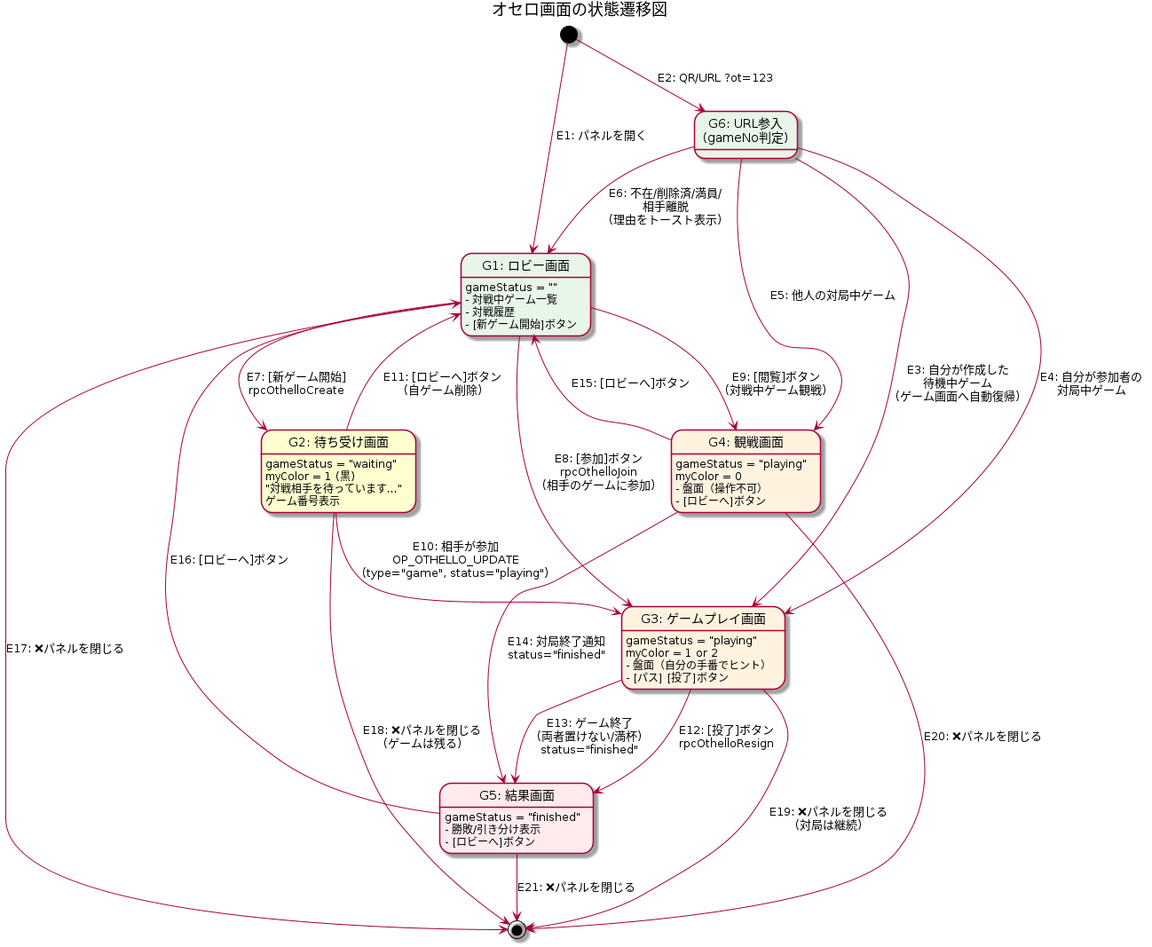
Before: doc/othello/57-state-othello.png, a diagram exported from PlantUML (tommie-jp/tommie-chat). Its source is kept beside it as doc/othello/57-state-othello.puml.
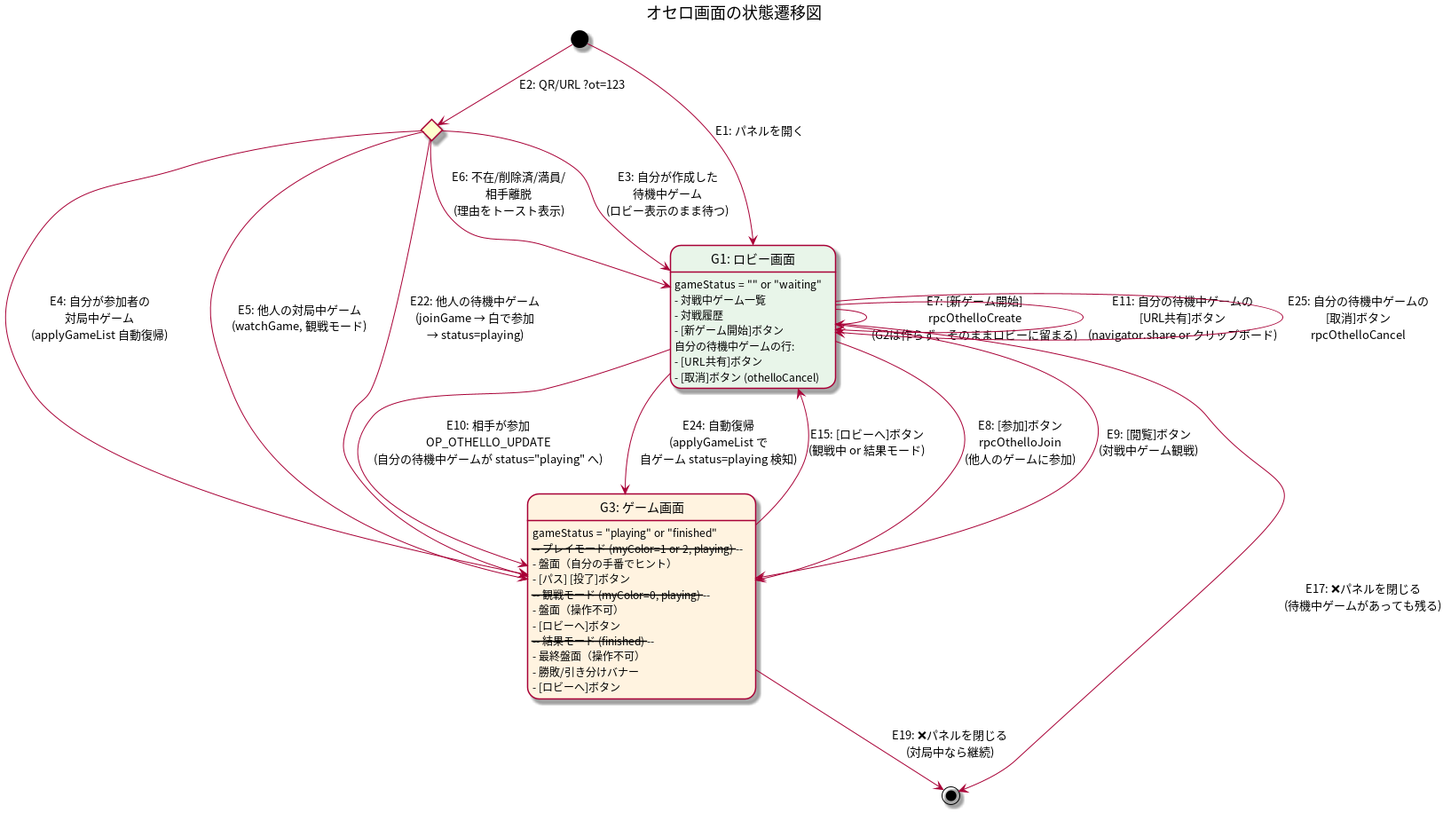
Above is the later version.

Diff of the diagram source:
```diff
@@ -4,78 +4,56 @@
 skinparam state {
     BackgroundColor<<entry>> #E8F5E9
     BackgroundColor<<play>> #FFF3E0
-    BackgroundColor<<end>> #FFEBEE
 }
 
 
 state "G1: ロビー画面" as Lobby <<entry>> {
-    Lobby : gameStatus = ""
+    Lobby : gameStatus = "" or "waiting"
     Lobby : - 対戦中ゲーム一覧
     Lobby : - 対戦履歴
     Lobby : - [新ゲーム開始]ボタン
+    Lobby : 自分の待機中ゲームの行:
+    Lobby :   - [URL共有]ボタン
+    Lobby :   - [取消]ボタン (othelloCancel)
 }
 
-state "G2: 待ち受け画面" as Waiting {
-    Waiting : gameStatus = "waiting"
-    Waiting : myColor = 1 (黒)
-    Waiting : "対戦相手を待っています…"
-    Waiting : ゲーム番号表示
+state "G3: ゲーム画面" as Game <<play>> {
+    Game : gameStatus = "playing" or "finished"
+    Game : ---- プレイモード (myColor=1 or 2, playing) ----
+    Game :   - 盤面（自分の手番でヒント）
+    Game :   - [パス] [投了]ボタン
+    Game : ---- 観戦モード (myColor=0, playing) ----
+    Game :   - 盤面（操作不可）
+    Game :   - [ロビーへ]ボタン
+    Game : ---- 結果モード (finished) ----
+    Game :   - 最終盤面（操作不可）
+    Game :   - 勝敗/引き分けバナー
+    Game :   - [ロビーへ]ボタン
 }
 
-state "G3: ゲームプレイ画面" as Playing <<play>> {
-    Playing : gameStatus = "playing"
-    Playing : myColor = 1 or 2
-    Playing : - 盤面（自分の手番でヒント）
-    Playing : - [パス] [投了]ボタン
-}
-
-state "G4: 観戦画面" as Spectating <<play>> {
-    Spectating : gameStatus = "playing"
-    Spectating : myColor = 0
-    Spectating : - 盤面（操作不可）
-    Spectating : - [ロビーへ]ボタン
-}
-
-state "G5: 結果画面" as Result <<end>> {
-    Result : gameStatus = "finished"
-    Result : - 勝敗/引き分け表示
-    Result : - [ロビーへ]ボタン
-}
-
-state "G6: URL参入\n(gameNo判定)" as URLEntry <<entry>> {
-}
+state "G6: URL参入判定\n(gameNo 判定)" as URLEntry <<choice>>
 
 
 [*] --> Lobby : E1: パネルを開く
 [*] --> URLEntry : E2: QR/URL ?ot=123
 
-URLEntry --> Waiting : E3: 自分が作成した\n待機中ゲーム\n(applyGameList 自動復帰)
-URLEntry --> Playing : E4: 自分が参加者の\n対局中ゲーム\n(applyGameList 自動復帰)
-URLEntry --> Spectating : E5: 他人の対局中ゲーム\n(watchGame)
+URLEntry --> Lobby : E3: 自分が作成した\n待機中ゲーム\n(ロビー表示のまま待つ)
+URLEntry --> Game : E4: 自分が参加者の\n対局中ゲーム\n(applyGameList 自動復帰)
+URLEntry --> Game : E5: 他人の対局中ゲーム\n(watchGame, 観戦モード)
 URLEntry --> Lobby : E6: 不在/削除済/満員/\n相手離脱\n(理由をトースト表示)
-URLEntry --> Playing : E22: 他人の待機中ゲーム\n(joinGame → 白で参加\n→ status=playing)
+URLEntry --> Game : E22: 他人の待機中ゲーム\n(joinGame → 白で参加\n→ status=playing)
 
-Lobby --> Waiting : E7: [新ゲーム開始]\nrpcOthelloCreate
-Lobby --> Playing : E8: [参加]ボタン\nrpcOthelloJoin\n(相手のゲームに参加)
-Lobby --> Spectating : E9: [閲覧]ボタン\n(対戦中ゲーム観戦)
-Lobby --> Waiting : E23: 自動復帰\n(applyGameList で\n自ゲーム status=waiting 検知)
-Lobby --> Playing : E24: 自動復帰\n(applyGameList で\n自ゲーム status=playing 検知)
+Lobby --> Lobby : E7: [新ゲーム開始]\nrpcOthelloCreate\n(G2は作らず、そのままロビーに留まる)
+Lobby --> Game : E8: [参加]ボタン\nrpcOthelloJoin\n(他人のゲームに参加)
+Lobby --> Game : E9: [閲覧]ボタン\n(対戦中ゲーム観戦)
+Lobby --> Game : E10: 相手が参加\nOP_OTHELLO_UPDATE\n(自分の待機中ゲームが status="playing" へ)
+Lobby --> Lobby : E11: 自分の待機中ゲームの\n[URL共有]ボタン\n(navigator.share or クリップボード)
+Lobby --> Lobby : E25: 自分の待機中ゲームの\n[取消]ボタン\nrpcOthelloCancel
+Lobby --> Game : E24: 自動復帰\n(applyGameList で\n自ゲーム status=playing 検知)
 
-Waiting --> Playing : E10: 相手が参加\nOP_OTHELLO_UPDATE\n(type="game", status="playing")
-Waiting --> Lobby : E11: [ロビーへ]ボタン\n(自ゲーム削除)
+Game --> Lobby : E15: [ロビーへ]ボタン\n(観戦中 or 結果モード)
 
-Playing --> Result : E12: [投了]ボタン\nrpcOthelloResign
-Playing --> Result : E13: ゲーム終了\n(両者置けない/満杯)\nstatus="finished"
-
-Spectating --> Result : E14: 対局終了通知\nstatus="finished"
-Spectating --> Lobby : E15: [ロビーへ]ボタン
-
-Result --> Lobby : E16: [ロビーへ]ボタン
-
-Lobby --> [*] : E17: ❌パネルを閉じる
-Waiting --> [*] : E18: ❌パネルを閉じる\n(ゲームは残る)
-Playing --> [*] : E19: ❌パネルを閉じる\n(対局は継続)
-Spectating --> [*] : E20: ❌パネルを閉じる
-Result --> [*] : E21: ❌パネルを閉じる
+Lobby --> [*] : E17: ❌パネルを閉じる\n(待機中ゲームがあっても残る)
+Game --> [*] : E19: ❌パネルを閉じる\n(対局中なら継続)
 
 @enduml
```
